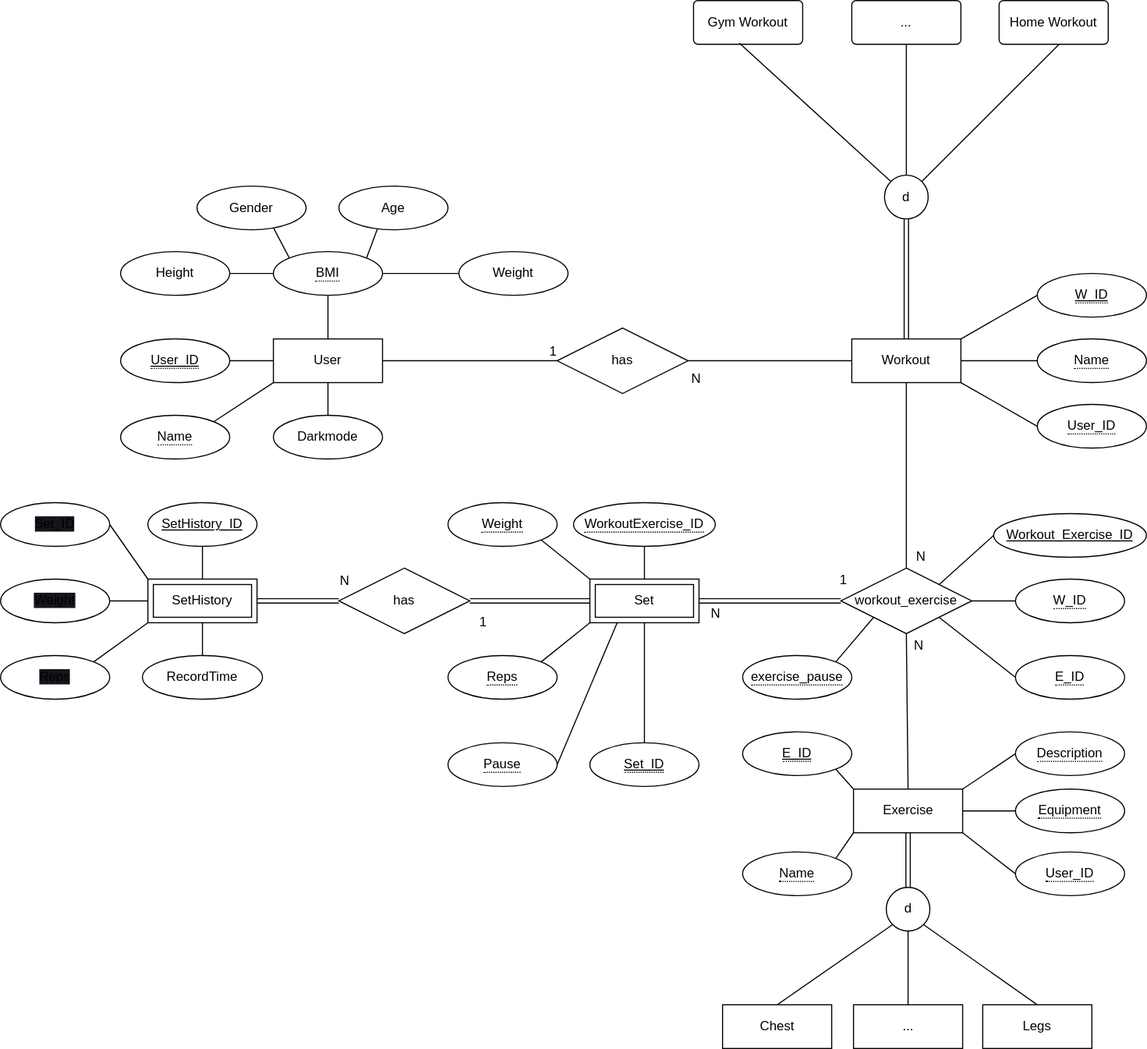
Before: EER-Diagramm.drawio.svg, a diagram exported from draw.io (willizielke/FitnessWebAppDocumentation). Source tidied: cells renumbered, new cells last; positions are measured from the earlier drawing's top-left corner, leaving out a move shared by most shapes.
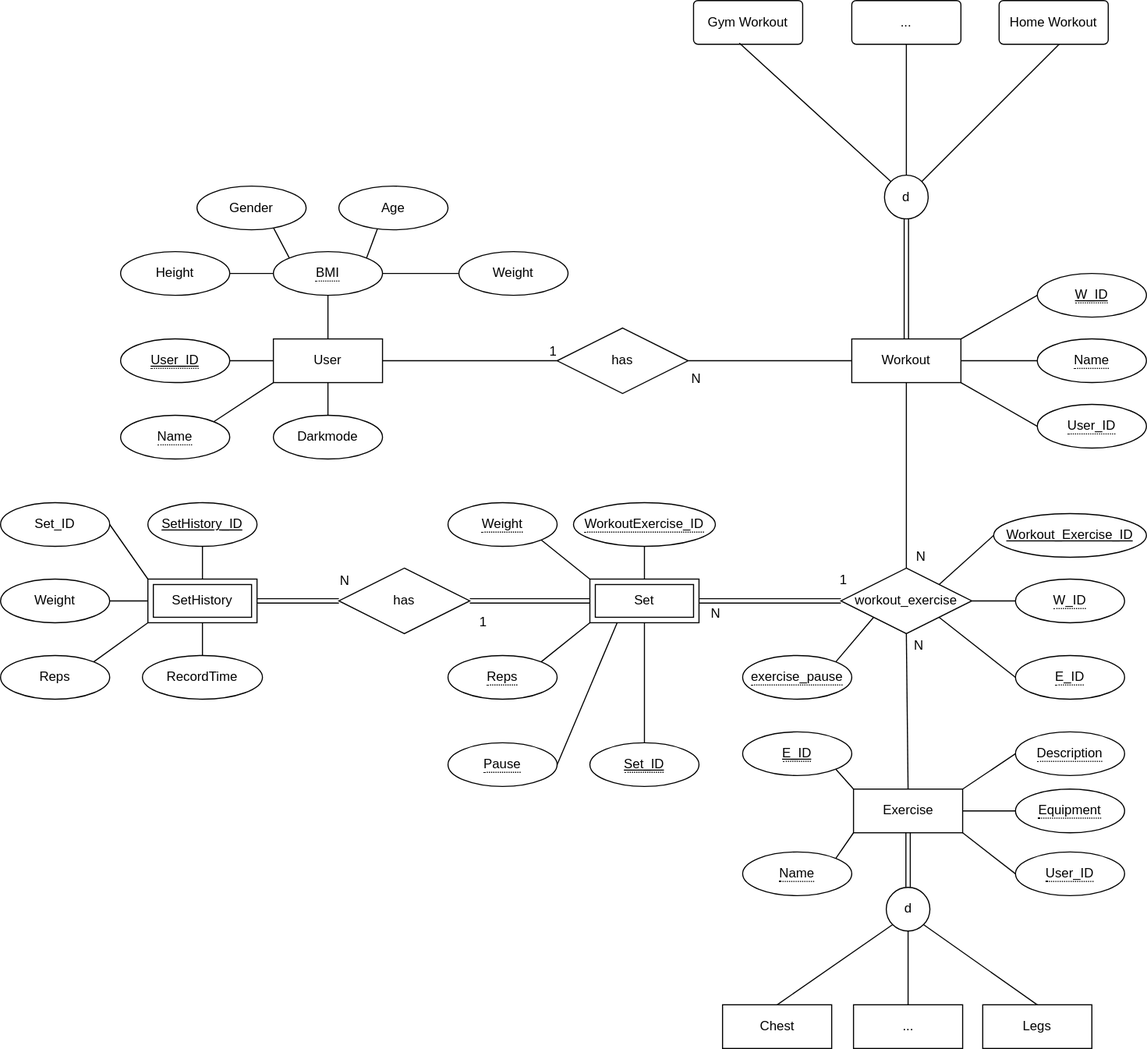
After the commit.

The edit, as a diff of the source:
```diff
@@ -158,19 +158,19 @@
     <mxCell id="51" style="edgeStyle=none;html=1;exitX=1;exitY=0.5;exitDx=0;exitDy=0;entryX=0;entryY=0;entryDx=0;entryDy=0;endArrow=none;endFill=0;" parent="1" edge="1" source="52" target="24">
       <mxGeometry relative="1" as="geometry" />
     </mxCell>
-    <mxCell id="52" value="&lt;span style=&quot;background-color: rgb(24, 20, 29);&quot;&gt;Set_ID&lt;/span&gt;" style="ellipse;whiteSpace=wrap;html=1;align=center;" parent="1" vertex="1">
+    <mxCell id="52" value="&lt;span style=&quot;&quot;&gt;Set_ID&lt;/span&gt;" style="ellipse;whiteSpace=wrap;html=1;align=center;labelBackgroundColor=#FFFFFF;" parent="1" vertex="1">
       <mxGeometry y="460" width="100" height="40" as="geometry" />
     </mxCell>
     <mxCell id="53" style="edgeStyle=none;html=1;exitX=1;exitY=0.5;exitDx=0;exitDy=0;entryX=0;entryY=0.5;entryDx=0;entryDy=0;endArrow=none;endFill=0;" parent="1" edge="1" source="54" target="24">
       <mxGeometry relative="1" as="geometry" />
     </mxCell>
-    <mxCell id="54" value="&lt;span style=&quot;background-color: rgb(24, 20, 29);&quot;&gt;Weight&lt;/span&gt;" style="ellipse;whiteSpace=wrap;html=1;align=center;" parent="1" vertex="1">
+    <mxCell id="54" value="&lt;span style=&quot;&quot;&gt;Weight&lt;/span&gt;" style="ellipse;whiteSpace=wrap;html=1;align=center;labelBackgroundColor=#FFFFFF;" parent="1" vertex="1">
       <mxGeometry y="530" width="100" height="40" as="geometry" />
     </mxCell>
     <mxCell id="55" style="edgeStyle=none;html=1;exitX=1;exitY=0;exitDx=0;exitDy=0;entryX=0;entryY=1;entryDx=0;entryDy=0;endArrow=none;endFill=0;" parent="1" edge="1" source="56" target="24">
       <mxGeometry relative="1" as="geometry" />
     </mxCell>
-    <mxCell id="56" value="&lt;span style=&quot;background-color: rgb(24, 20, 29);&quot;&gt;Reps&lt;/span&gt;" style="ellipse;whiteSpace=wrap;html=1;align=center;" parent="1" vertex="1">
+    <mxCell id="56" value="&lt;span style=&quot;&quot;&gt;Reps&lt;/span&gt;" style="ellipse;whiteSpace=wrap;html=1;align=center;labelBackgroundColor=#FFFFFF;" parent="1" vertex="1">
       <mxGeometry y="600" width="100" height="40" as="geometry" />
     </mxCell>
     <mxCell id="57" style="edgeStyle=none;html=1;exitX=1;exitY=0.5;exitDx=0;exitDy=0;entryX=0;entryY=0.5;entryDx=0;entryDy=0;endArrow=none;endFill=0;" parent="1" edge="1" source="60" target="2">
```
